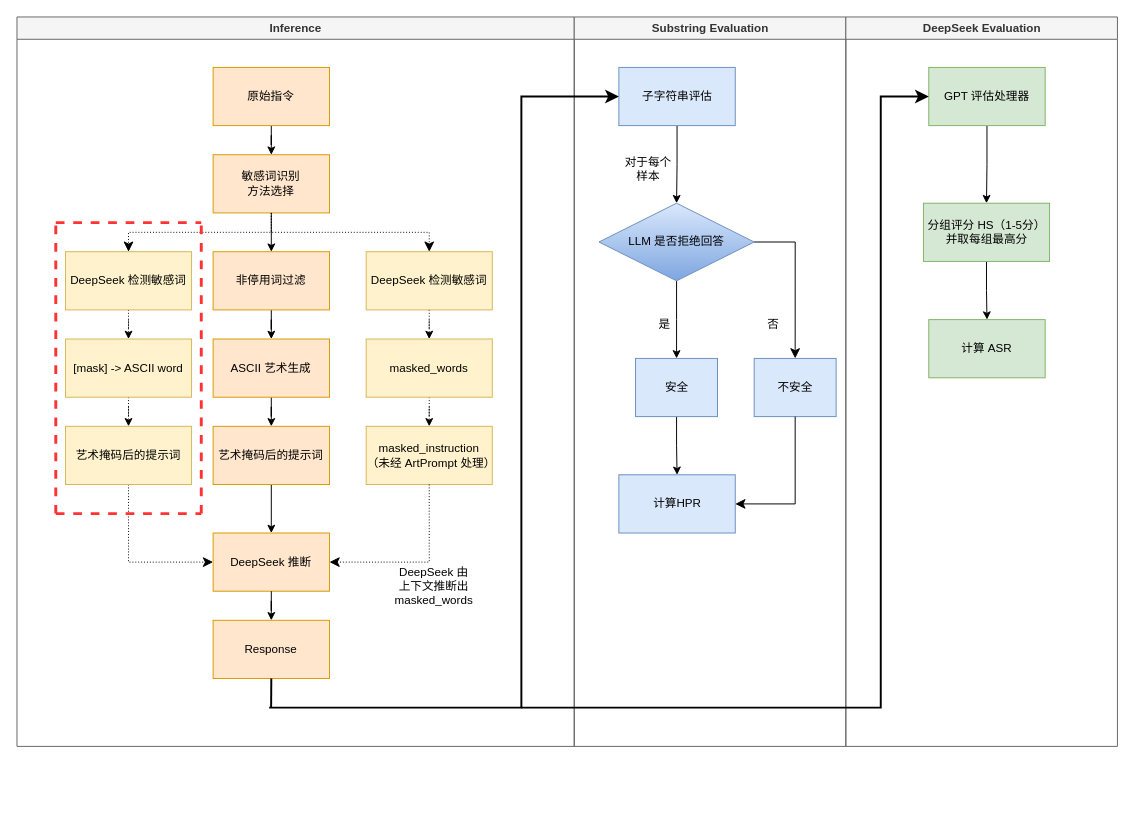
The draw.io diagram ArtPrompt.drawio in peng-na/draw.io_pic, before the edit. Source tidied: cells renumbered, new cells numbered last; positions are measured from the earlier drawing's top-left corner, leaving out a move shared by most shapes. Both pictures are drawn from the tidied source at 97%, with x=0, y=0 at pixel (16, 16).
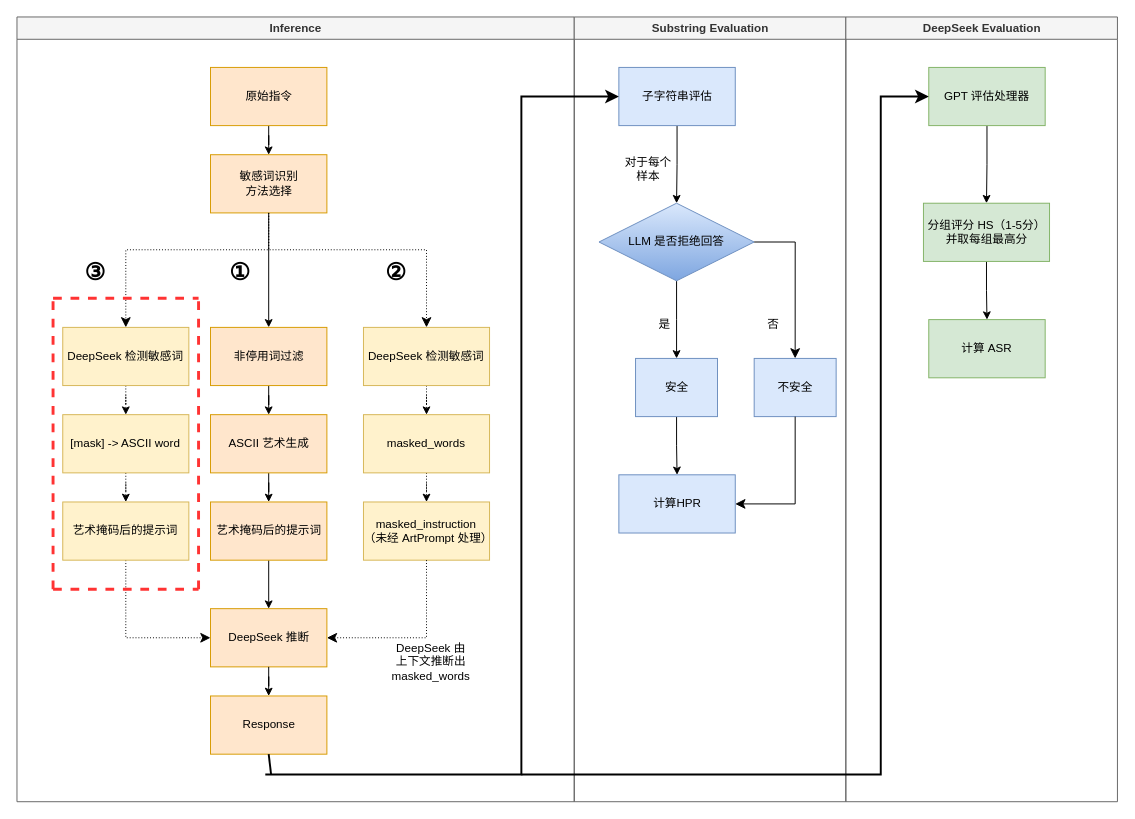
After the change.

The change refers to these unchanged cells:
```xml
<mxCell id="38" value="子字符串评估" style="rounded=0;whiteSpace=wrap;html=1;fillColor=#dae8fc;strokeColor=#6c8ebf;" parent="36" vertex="1">
  <mxGeometry x="46" y="52" width="120" height="60" as="geometry" />
</mxCell>
<mxCell id="52" value="GPT 评估处理器" style="rounded=0;whiteSpace=wrap;html=1;fillColor=#d5e8d4;strokeColor=#82b366;" parent="50" vertex="1">
  <mxGeometry x="85.5" y="52" width="120" height="60" as="geometry" />
</mxCell>
```

Change to the diagram source:
```diff
@@
     <mxCell id="2" value="Inference" style="swimlane;whiteSpace=wrap;fillColor=#f5f5f5;strokeColor=#666666;fontColor=#333333;swimlaneFillColor=none;" parent="1" vertex="1">
-      <mxGeometry width="574.5" height="752" as="geometry" />
+      <mxGeometry width="574.5" height="809" as="geometry" />
     </mxCell>
@@
     <mxCell id="4" value="原始指令" style="rounded=0;whiteSpace=wrap;html=1;fillColor=#ffe6cc;strokeColor=#d79b00;" parent="2" vertex="1">
-      <mxGeometry x="202.2" y="52" width="120" height="60" as="geometry" />
+      <mxGeometry x="199.5" y="52" width="120" height="60" as="geometry" />
     </mxCell>
-    <mxCell id="5" style="edgeStyle=orthogonalEdgeStyle;rounded=0;jettySize=auto;html=1;" parent="2" edge="1" source="6" target="8">
+    <mxCell id="5" style="edgeStyle=orthogonalEdgeStyle;rounded=0;jettySize=auto;html=1;exitX=0.5;exitY=1;exitDx=0;exitDy=0;" parent="2" edge="1" source="6" target="8">
       <mxGeometry relative="1" as="geometry" />
     </mxCell>
     <mxCell id="6" value="敏感词识别&lt;div&gt;方法选择&lt;/div&gt;" style="whiteSpace=wrap;html=1;rounded=0;fillColor=#ffe6cc;strokeColor=#d79b00;" parent="2" vertex="1">
-      <mxGeometry x="202.2" y="142" width="120" height="60" as="geometry" />
+      <mxGeometry x="199.5" y="142" width="120" height="60" as="geometry" />
     </mxCell>
@@
     <mxCell id="8" value="非停用词过滤" style="whiteSpace=wrap;html=1;rounded=0;fillColor=#ffe6cc;strokeColor=#d79b00;" parent="2" vertex="1">
-      <mxGeometry x="202.2" y="242" width="120" height="60" as="geometry" />
+      <mxGeometry x="199.5" y="320" width="120" height="60" as="geometry" />
     </mxCell>
@@
     <mxCell id="10" value="ASCII 艺术生成" style="whiteSpace=wrap;html=1;rounded=0;fillColor=#ffe6cc;strokeColor=#d79b00;" parent="2" vertex="1">
-      <mxGeometry x="202.2" y="332" width="120" height="60" as="geometry" />
+      <mxGeometry x="199.5" y="410" width="120" height="60" as="geometry" />
     </mxCell>
@@
     <mxCell id="12" value="艺术掩码后的提示词" style="whiteSpace=wrap;html=1;rounded=0;fillColor=#ffe6cc;strokeColor=#d79b00;" parent="2" vertex="1">
-      <mxGeometry x="202.2" y="422" width="120" height="60" as="geometry" />
+      <mxGeometry x="199.5" y="500" width="120" height="60" as="geometry" />
     </mxCell>
     <mxCell id="13" value="DeepSeek 推断" style="whiteSpace=wrap;html=1;rounded=0;fillColor=#ffe6cc;strokeColor=#d79b00;" parent="2" vertex="1">
-      <mxGeometry x="202.2" y="532" width="120" height="60" as="geometry" />
+      <mxGeometry x="199.5" y="610" width="120" height="60" as="geometry" />
     </mxCell>
     <mxCell id="14" value="Response" style="whiteSpace=wrap;html=1;rounded=0;fillColor=#ffe6cc;strokeColor=#d79b00;" parent="2" vertex="1">
-      <mxGeometry x="202.2" y="622" width="120" height="60" as="geometry" />
+      <mxGeometry x="199.5" y="700" width="120" height="60" as="geometry" />
     </mxCell>
@@
     <mxCell id="17" value="DeepSeek 检测敏感词" style="rounded=0;whiteSpace=wrap;html=1;fillColor=#fff2cc;strokeColor=#d6b656;" parent="2" vertex="1">
-      <mxGeometry x="50" y="242" width="130" height="60" as="geometry" />
+      <mxGeometry x="47.2" y="320" width="130" height="60" as="geometry" />
     </mxCell>
-    <mxCell id="18" style="edgeStyle=elbowEdgeStyle;elbow=vertical;endArrow=classic;html=1;curved=0;rounded=0;endSize=8;startSize=8;exitX=0.5;exitY=1;exitDx=0;exitDy=0;dashed=1;dashPattern=1 2;" parent="2" edge="1" source="6" target="17">
-      <mxGeometry relative="1" as="geometry" />
+    <mxCell id="18" style="edgeStyle=elbowEdgeStyle;elbow=vertical;endArrow=classic;html=1;curved=0;rounded=0;endSize=8;startSize=8;dashed=1;dashPattern=1 2;exitX=0.5;exitY=1;exitDx=0;exitDy=0;" parent="2" edge="1" source="6" target="17">
+      <mxGeometry relative="1" as="geometry">
+        <Array as="points">
+          <mxPoint x="191" y="240" />
+        </Array>
+      </mxGeometry>
     </mxCell>
@@
     <mxCell id="20" value="[mask] -&amp;gt; ASCII word" style="whiteSpace=wrap;html=1;rounded=0;fillColor=#fff2cc;strokeColor=#d6b656;" parent="2" vertex="1">
-      <mxGeometry x="50" y="332" width="130" height="60" as="geometry" />
+      <mxGeometry x="47.2" y="410" width="130" height="60" as="geometry" />
     </mxCell>
     <mxCell id="21" style="edgeStyle=elbowEdgeStyle;elbow=vertical;endArrow=classic;html=1;curved=0;rounded=0;endSize=8;startSize=8;entryX=0;entryY=0.5;entryDx=0;entryDy=0;exitX=0.5;exitY=1;exitDx=0;exitDy=0;dashed=1;dashPattern=1 2;" parent="2" edge="1" source="29" target="13">
       <mxGeometry relative="1" as="geometry">
         <Array as="points">
-          <mxPoint x="160" y="562" />
+          <mxPoint x="157.2" y="640" />
         </Array>
       </mxGeometry>
     </mxCell>
@@
     <mxCell id="23" value="DeepSeek 检测敏感词" style="rounded=0;whiteSpace=wrap;html=1;fillColor=#fff2cc;strokeColor=#d6b656;" parent="2" vertex="1">
-      <mxGeometry x="360" y="242" width="130" height="60" as="geometry" />
+      <mxGeometry x="357.2" y="320" width="130" height="60" as="geometry" />
     </mxCell>
     <mxCell id="24" style="edgeStyle=elbowEdgeStyle;elbow=vertical;endArrow=classic;html=1;curved=0;rounded=0;endSize=8;startSize=8;exitX=0.5;exitY=1;exitDx=0;exitDy=0;dashed=1;dashPattern=1 2;" parent="2" edge="1" source="6" target="23">
-      <mxGeometry relative="1" as="geometry" />
+      <mxGeometry relative="1" as="geometry">
+        <Array as="points">
+          <mxPoint x="342" y="240" />
+        </Array>
+      </mxGeometry>
     </mxCell>
@@
     <mxCell id="26" value="masked_words" style="whiteSpace=wrap;html=1;rounded=0;fillColor=#fff2cc;strokeColor=#d6b656;" parent="2" vertex="1">
-      <mxGeometry x="360" y="332" width="130" height="60" as="geometry" />
+      <mxGeometry x="357.2" y="410" width="130" height="60" as="geometry" />
     </mxCell>
     <mxCell id="27" value="masked_instruction&lt;br&gt;（未经 ArtPrompt 处理）" style="whiteSpace=wrap;html=1;rounded=0;fillColor=#fff2cc;strokeColor=#d6b656;" parent="2" vertex="1">
-      <mxGeometry x="360" y="422" width="130" height="60" as="geometry" />
+      <mxGeometry x="357.2" y="500" width="130" height="60" as="geometry" />
     </mxCell>
     <mxCell id="28" style="edgeStyle=elbowEdgeStyle;elbow=vertical;endArrow=classic;html=1;curved=0;rounded=0;endSize=8;startSize=8;exitX=0.5;exitY=1;exitDx=0;exitDy=0;entryX=1;entryY=0.5;entryDx=0;entryDy=0;dashed=1;dashPattern=1 2;" parent="2" edge="1" source="27" target="13">
       <mxGeometry relative="1" as="geometry">
         <Array as="points">
-          <mxPoint x="370" y="562" />
+          <mxPoint x="367.2" y="640" />
         </Array>
       </mxGeometry>
     </mxCell>
     <mxCell id="29" value="艺术掩码后的提示词" style="whiteSpace=wrap;html=1;rounded=0;fillColor=#fff2cc;strokeColor=#d6b656;" parent="2" vertex="1">
-      <mxGeometry x="50" y="422" width="130" height="60" as="geometry" />
+      <mxGeometry x="47.2" y="500" width="130" height="60" as="geometry" />
     </mxCell>
     <mxCell id="30" style="endArrow=none;html=1;rounded=0;exitX=0.5;exitY=1;exitDx=0;exitDy=0;strokeWidth=2;" parent="2" edge="1" source="14">
       <mxGeometry relative="1" as="geometry">
-        <mxPoint x="262" y="712" as="targetPoint" />
+        <mxPoint x="262" y="781" as="targetPoint" />
       </mxGeometry>
     </mxCell>
     <mxCell id="31" style="endArrow=none;html=1;rounded=0;fillColor=#f8cecc;strokeColor=#FF3333;strokeWidth=3;dashed=1;" parent="2" edge="1">
       <mxGeometry relative="1" as="geometry">
-        <mxPoint x="40" y="512" as="sourcePoint" />
-        <mxPoint x="190" y="512" as="targetPoint" />
+        <mxPoint x="37.2" y="590" as="sourcePoint" />
+        <mxPoint x="187.2" y="590" as="targetPoint" />
       </mxGeometry>
     </mxCell>
     <mxCell id="32" value="DeepSeek 由上下文推断出 masked_words" style="text;html=1;align=center;verticalAlign=middle;whiteSpace=wrap;rounded=0;" parent="2" vertex="1">
-      <mxGeometry x="400" y="572" width="60" height="30" as="geometry" />
+      <mxGeometry x="397.2" y="650" width="60" height="30" as="geometry" />
     </mxCell>
     <mxCell id="33" style="endArrow=none;html=1;rounded=0;strokeColor=#FF3333;strokeWidth=3;shadow=0;dashed=1;" parent="2" edge="1">
       <mxGeometry relative="1" as="geometry">
-        <mxPoint x="40" y="212" as="sourcePoint" />
-        <mxPoint x="190" y="212" as="targetPoint" />
+        <mxPoint x="37.2" y="290" as="sourcePoint" />
+        <mxPoint x="187.2" y="290" as="targetPoint" />
       </mxGeometry>
     </mxCell>
     <mxCell id="34" style="endArrow=none;html=1;strokeWidth=3;rounded=0;strokeColor=#FF3333;dashed=1;" parent="2" edge="1">
       <mxGeometry relative="1" as="geometry">
-        <mxPoint x="190" y="512" as="sourcePoint" />
-        <mxPoint x="190" y="212" as="targetPoint" />
+        <mxPoint x="187.2" y="590" as="sourcePoint" />
+        <mxPoint x="187.2" y="290" as="targetPoint" />
       </mxGeometry>
     </mxCell>
     <mxCell id="35" style="endArrow=none;html=1;strokeWidth=3;rounded=0;strokeColor=#FF3333;dashed=1;" parent="2" edge="1">
       <mxGeometry relative="1" as="geometry">
-        <mxPoint x="40" y="512" as="sourcePoint" />
-        <mxPoint x="40" y="212" as="targetPoint" />
+        <mxPoint x="37.2" y="590" as="sourcePoint" />
+        <mxPoint x="37.2" y="290" as="targetPoint" />
       </mxGeometry>
     </mxCell>
+    <mxCell id="58" value="&lt;font style=&quot;font-size: 24px;&quot;&gt;&lt;b&gt;①&lt;/b&gt;&lt;/font&gt;" style="text;html=1;align=center;verticalAlign=middle;whiteSpace=wrap;rounded=0;" parent="2" vertex="1">
+      <mxGeometry x="199.5" y="249" width="60" height="30" as="geometry" />
+    </mxCell>
+    <mxCell id="59" value="&lt;font style=&quot;font-size: 24px;&quot;&gt;&lt;b&gt;②&lt;/b&gt;&lt;/font&gt;" style="text;html=1;align=center;verticalAlign=middle;whiteSpace=wrap;rounded=0;" parent="2" vertex="1">
+      <mxGeometry x="361" y="249" width="60" height="30" as="geometry" />
+    </mxCell>
+    <mxCell id="60" value="&lt;font style=&quot;font-size: 24px;&quot;&gt;&lt;b&gt;③&lt;/b&gt;&lt;/font&gt;" style="text;html=1;align=center;verticalAlign=middle;whiteSpace=wrap;rounded=0;" parent="2" vertex="1">
+      <mxGeometry x="51" y="249" width="60" height="30" as="geometry" />
+    </mxCell>
     <mxCell id="36" value="Substring Evaluation" style="swimlane;whiteSpace=wrap;fillColor=#f5f5f5;fontColor=#333333;strokeColor=#666666;" parent="1" vertex="1">
-      <mxGeometry x="574.5" width="280" height="752" as="geometry" />
+      <mxGeometry x="574.5" width="280" height="809" as="geometry" />
     </mxCell>
@@
     <mxCell id="50" value="DeepSeek Evaluation" style="swimlane;whiteSpace=wrap;fillColor=#f5f5f5;fontColor=#333333;strokeColor=#666666;" parent="1" vertex="1">
-      <mxGeometry x="854.5" width="280" height="752" as="geometry" />
+      <mxGeometry x="854.5" width="280" height="809" as="geometry" />
     </mxCell>
@@
     <mxCell id="56" style="edgeStyle=elbowEdgeStyle;elbow=horizontal;endArrow=classic;html=1;curved=0;rounded=0;endSize=8;startSize=8;entryX=0;entryY=0.5;entryDx=0;entryDy=0;strokeWidth=2;" parent="1" edge="1" target="52">
       <mxGeometry relative="1" as="geometry">
-        <mxPoint x="520" y="712" as="sourcePoint" />
+        <mxPoint x="520" y="781" as="sourcePoint" />
         <Array as="points">
           <mxPoint x="890.5" y="372" />
         </Array>
       </mxGeometry>
     </mxCell>
     <mxCell id="57" style="edgeStyle=elbowEdgeStyle;elbow=horizontal;endArrow=classic;html=1;curved=0;rounded=0;endSize=8;startSize=8;entryX=0;entryY=0.5;entryDx=0;entryDy=0;strokeWidth=2;" parent="1" edge="1" target="38">
       <mxGeometry relative="1" as="geometry">
-        <mxPoint x="260" y="712" as="sourcePoint" />
+        <mxPoint x="256" y="781" as="sourcePoint" />
         <Array as="points">
           <mxPoint x="520" y="372" />
         </Array>
       </mxGeometry>
     </mxCell>
```
